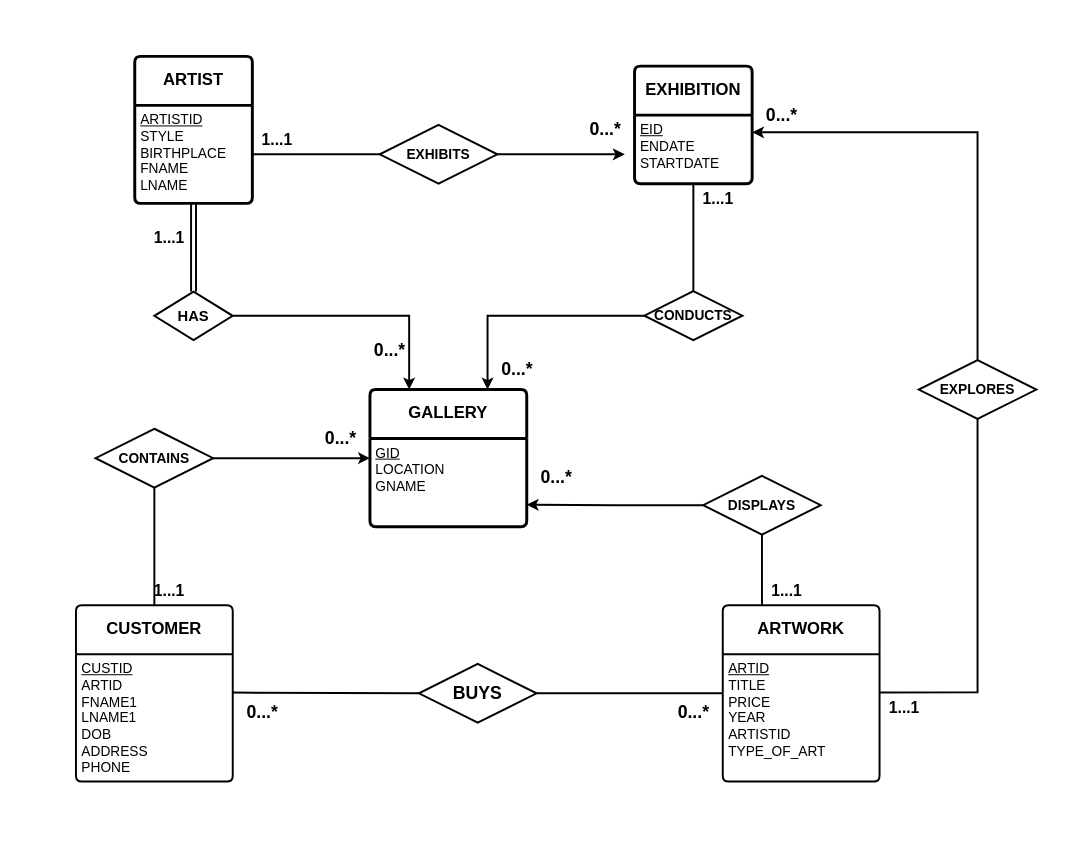
This is Untitled Diagram.drawio from lalitdhimanth/4sem, a draw.io file, before an edit. Source tidied: cells renumbered, new cells numbered last; positions are measured from the earlier drawing's top-left corner, leaving out a move shared by most shapes. Both pictures are drawn from the tidied source at 98%, with x=0, y=0 at pixel (75, 56).
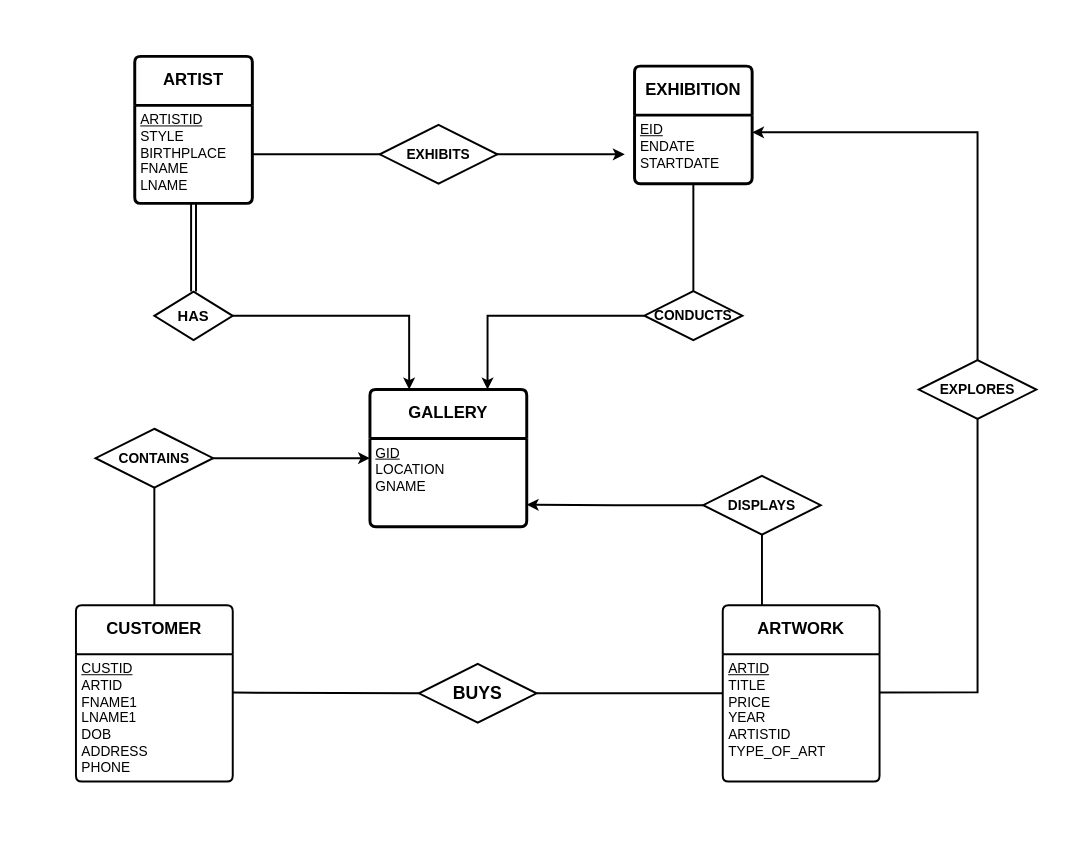
After the change.

Change to the diagram source:
```diff
@@
-    <mxCell id="33" value="0...*" style="text;html=1;align=center;verticalAlign=middle;strokeColor=none;fillColor=none;fontSize=18;fontStyle=1;" parent="1" vertex="1">
-      <mxGeometry x="420" y="300" width="60" height="40" as="geometry" />
-    </mxCell>
-    <mxCell id="34" value="&lt;b&gt;&lt;font style=&quot;font-size: 16px;&quot;&gt;1...1&lt;/font&gt;&lt;/b&gt;" style="text;html=1;align=center;verticalAlign=middle;strokeColor=none;fillColor=none;" parent="1" vertex="1">
-      <mxGeometry x="180" y="70" width="50" height="30" as="geometry" />
-    </mxCell>
-    <mxCell id="35" value="0...*" style="text;html=1;align=center;verticalAlign=middle;strokeColor=none;fillColor=none;fontSize=18;fontStyle=1;rotation=0;" parent="1" vertex="1">
-      <mxGeometry x="290" y="280" width="60" height="40" as="geometry" />
-    </mxCell>
-    <mxCell id="36" value="&lt;b&gt;&lt;font style=&quot;font-size: 16px;&quot;&gt;1...1&lt;/font&gt;&lt;/b&gt;" style="text;html=1;align=center;verticalAlign=middle;strokeColor=none;fillColor=none;" parent="1" vertex="1">
-      <mxGeometry x="70" y="170" width="50" height="30" as="geometry" />
-    </mxCell>
-    <mxCell id="37" value="&lt;b&gt;&lt;font style=&quot;font-size: 16px;&quot;&gt;1...1&lt;/font&gt;&lt;/b&gt;" style="text;html=1;align=center;verticalAlign=middle;strokeColor=none;fillColor=none;" parent="1" vertex="1">
-      <mxGeometry x="630" y="130" width="50" height="30" as="geometry" />
-    </mxCell>
-    <mxCell id="38" value="0...*" style="text;html=1;align=center;verticalAlign=middle;strokeColor=none;fillColor=none;fontSize=18;fontStyle=1;" parent="1" vertex="1">
-      <mxGeometry x="510" y="55" width="60" height="40" as="geometry" />
-    </mxCell>
-    <mxCell id="39" value="&lt;b&gt;&lt;font style=&quot;font-size: 16px;&quot;&gt;1...1&lt;/font&gt;&lt;/b&gt;" style="text;html=1;align=center;verticalAlign=middle;strokeColor=none;fillColor=none;" parent="1" vertex="1">
-      <mxGeometry x="70" y="530" width="50" height="30" as="geometry" />
-    </mxCell>
-    <mxCell id="40" value="&lt;b&gt;&lt;font style=&quot;font-size: 16px;&quot;&gt;1...1&lt;/font&gt;&lt;/b&gt;" style="text;html=1;align=center;verticalAlign=middle;strokeColor=none;fillColor=none;" parent="1" vertex="1">
-      <mxGeometry x="700" y="530" width="50" height="30" as="geometry" />
-    </mxCell>
-    <mxCell id="41" value="&lt;b&gt;&lt;font style=&quot;font-size: 16px;&quot;&gt;1...1&lt;/font&gt;&lt;/b&gt;" style="text;html=1;align=center;verticalAlign=middle;strokeColor=none;fillColor=none;" parent="1" vertex="1">
-      <mxGeometry x="820" y="650" width="50" height="30" as="geometry" />
-    </mxCell>
-    <mxCell id="42" value="0...*" style="text;html=1;align=center;verticalAlign=middle;strokeColor=none;fillColor=none;fontSize=18;fontStyle=1;rotation=0;" parent="1" vertex="1">
-      <mxGeometry x="160" y="650" width="60" height="40" as="geometry" />
-    </mxCell>
-    <mxCell id="43" value="0...*" style="text;html=1;align=center;verticalAlign=middle;strokeColor=none;fillColor=none;fontSize=18;fontStyle=1;" parent="1" vertex="1">
-      <mxGeometry x="600" y="650" width="60" height="40" as="geometry" />
-    </mxCell>
-    <mxCell id="44" value="0...*" style="text;html=1;align=center;verticalAlign=middle;strokeColor=none;fillColor=none;fontSize=18;fontStyle=1;" parent="1" vertex="1">
-      <mxGeometry x="460" y="410" width="60" height="40" as="geometry" />
-    </mxCell>
-    <mxCell id="45" value="0...*" style="text;html=1;align=center;verticalAlign=middle;strokeColor=none;fillColor=none;fontSize=18;fontStyle=1;" parent="1" vertex="1">
-      <mxGeometry x="240" y="370" width="60" height="40" as="geometry" />
-    </mxCell>
-    <mxCell id="46" value="0...*" style="text;html=1;align=center;verticalAlign=middle;strokeColor=none;fillColor=none;fontSize=18;fontStyle=1;" parent="1" vertex="1">
-      <mxGeometry x="690" y="40" width="60" height="40" as="geometry" />
-    </mxCell>
+    <mxCell id="47" value="&amp;nbsp;" style="text;html=1;align=center;verticalAlign=middle;strokeColor=none;fillColor=none;" parent="1" vertex="1">
+      <mxGeometry x="-60" y="-40" width="30" height="30" as="geometry" />
+    </mxCell>
+    <mxCell id="48" value="&amp;nbsp;" style="text;html=1;align=center;verticalAlign=middle;strokeColor=none;fillColor=none;" parent="1" vertex="1">
+      <mxGeometry x="990" y="-40" width="30" height="30" as="geometry" />
+    </mxCell>
+    <mxCell id="49" value="&amp;nbsp;" style="text;html=1;align=center;verticalAlign=middle;strokeColor=none;fillColor=none;" parent="1" vertex="1">
+      <mxGeometry x="990" y="770" width="30" height="30" as="geometry" />
+    </mxCell>
```
